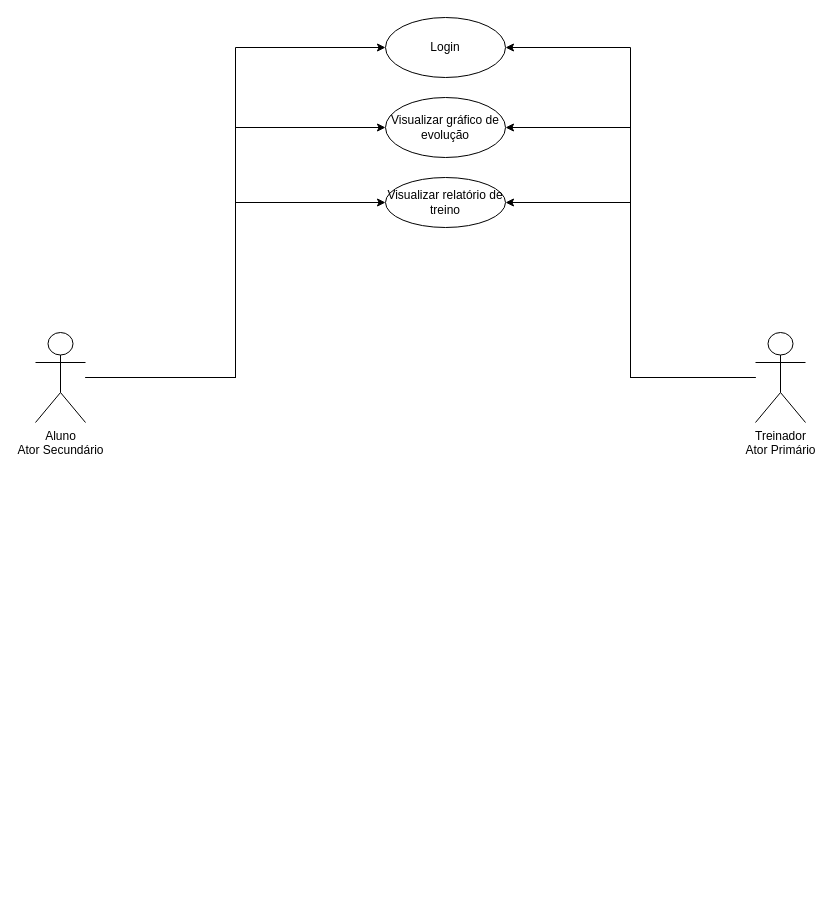
Earlier version of the draw.io diagram TCC.drawio (Chriiis1421/TCC). Source tidied: cells renumbered, new cells numbered last; positions are measured from the earlier drawing's top-left corner, leaving out a move shared by most shapes. Both pictures are drawn from the tidied source at 100%, with x=0, y=0 at pixel (35, 17).
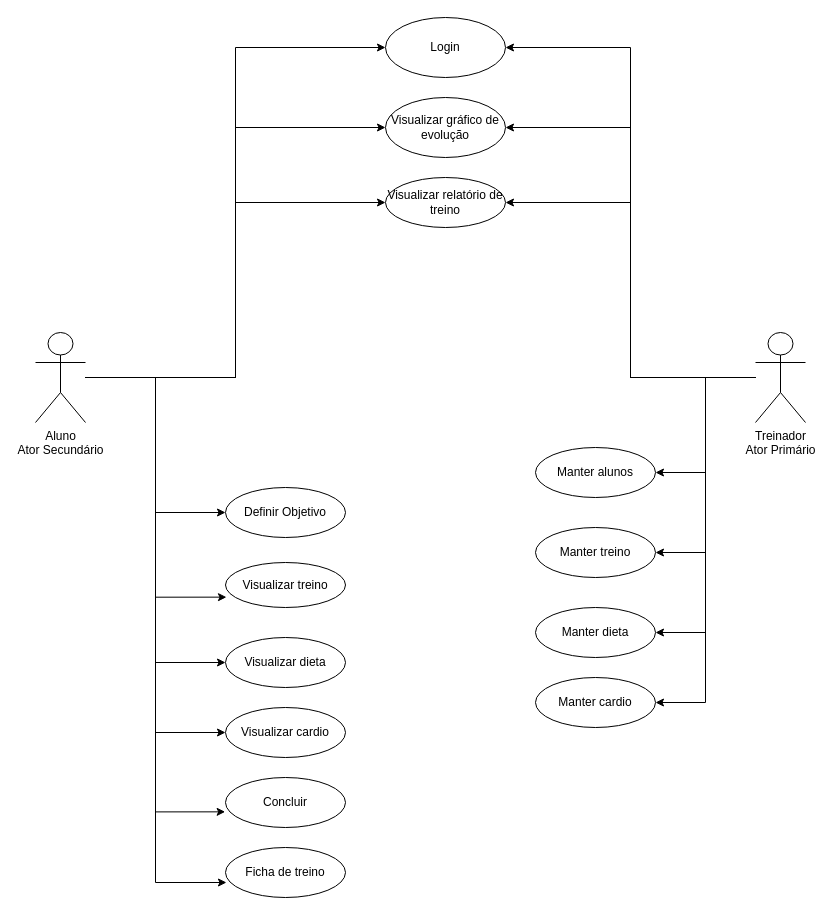
After the change.

Unchanged cells that the change refers to:
```xml
<mxCell id="5" value="Aluno&lt;div&gt;Ator Secundário&lt;/div&gt;" style="shape=umlActor;verticalLabelPosition=bottom;verticalAlign=top;html=1;outlineConnect=0;" parent="1" vertex="1">
  <mxGeometry y="315" width="50" height="90" as="geometry" />
</mxCell>
<mxCell id="9" value="Treinador&lt;div&gt;Ator Primário&lt;/div&gt;" style="shape=umlActor;verticalLabelPosition=bottom;verticalAlign=top;html=1;" parent="1" vertex="1">
  <mxGeometry x="720" y="315" width="50" height="90" as="geometry" />
</mxCell>
```

Diff of the diagram source:
```diff
@@
+    <mxCell id="13" style="edgeStyle=orthogonalEdgeStyle;rounded=0;jettySize=auto;html=1;entryX=0;entryY=0.5;entryDx=0;entryDy=0;" parent="1" edge="1" source="5" target="24">
+      <mxGeometry relative="1" as="geometry" />
+    </mxCell>
+    <mxCell id="14" style="edgeStyle=orthogonalEdgeStyle;rounded=0;jettySize=auto;html=1;entryX=0;entryY=0.5;entryDx=0;entryDy=0;" parent="1" edge="1" source="5" target="26">
+      <mxGeometry relative="1" as="geometry" />
+    </mxCell>
+    <mxCell id="15" style="edgeStyle=orthogonalEdgeStyle;rounded=0;jettySize=auto;html=1;entryX=0;entryY=0.5;entryDx=0;entryDy=0;" parent="1" edge="1" source="5" target="27">
+      <mxGeometry relative="1" as="geometry" />
+    </mxCell>
@@
+    <mxCell id="16" style="edgeStyle=orthogonalEdgeStyle;rounded=0;jettySize=auto;html=1;entryX=1;entryY=0.5;entryDx=0;entryDy=0;" parent="1" edge="1" source="9" target="20">
+      <mxGeometry relative="1" as="geometry" />
+    </mxCell>
+    <mxCell id="17" style="edgeStyle=orthogonalEdgeStyle;rounded=0;jettySize=auto;html=1;entryX=1;entryY=0.5;entryDx=0;entryDy=0;" parent="1" edge="1" source="9" target="21">
+      <mxGeometry relative="1" as="geometry" />
+    </mxCell>
+    <mxCell id="18" style="edgeStyle=orthogonalEdgeStyle;rounded=0;jettySize=auto;html=1;entryX=1;entryY=0.5;entryDx=0;entryDy=0;" parent="1" edge="1" source="9" target="22">
+      <mxGeometry relative="1" as="geometry" />
+    </mxCell>
+    <mxCell id="19" style="edgeStyle=orthogonalEdgeStyle;rounded=0;jettySize=auto;html=1;entryX=1;entryY=0.5;entryDx=0;entryDy=0;" parent="1" edge="1" source="9" target="23">
+      <mxGeometry relative="1" as="geometry" />
+    </mxCell>
@@
+    <mxCell id="20" value="Manter alunos" style="ellipse;whiteSpace=wrap;html=1;" parent="1" vertex="1">
+      <mxGeometry x="500" y="430" width="120" height="50" as="geometry" />
+    </mxCell>
+    <mxCell id="21" value="Manter treino" style="ellipse;whiteSpace=wrap;html=1;" parent="1" vertex="1">
+      <mxGeometry x="500" y="510" width="120" height="50" as="geometry" />
+    </mxCell>
+    <mxCell id="22" value="Manter dieta" style="ellipse;whiteSpace=wrap;html=1;" parent="1" vertex="1">
+      <mxGeometry x="500" y="590" width="120" height="50" as="geometry" />
+    </mxCell>
+    <mxCell id="23" value="Manter cardio" style="ellipse;whiteSpace=wrap;html=1;" parent="1" vertex="1">
+      <mxGeometry x="500" y="660" width="120" height="50" as="geometry" />
+    </mxCell>
+    <mxCell id="24" value="Definir Objetivo" style="ellipse;whiteSpace=wrap;html=1;" parent="1" vertex="1">
+      <mxGeometry x="190" y="470" width="120" height="50" as="geometry" />
+    </mxCell>
+    <mxCell id="25" value="Visualizar treino" style="ellipse;whiteSpace=wrap;html=1;" parent="1" vertex="1">
+      <mxGeometry x="190" y="545" width="120" height="45" as="geometry" />
+    </mxCell>
+    <mxCell id="26" value="Visualizar dieta" style="ellipse;whiteSpace=wrap;html=1;" parent="1" vertex="1">
+      <mxGeometry x="190" y="620" width="120" height="50" as="geometry" />
+    </mxCell>
+    <mxCell id="27" value="Visualizar cardio" style="ellipse;whiteSpace=wrap;html=1;" parent="1" vertex="1">
+      <mxGeometry x="190" y="690" width="120" height="50" as="geometry" />
+    </mxCell>
+    <mxCell id="28" value="Concluir" style="ellipse;whiteSpace=wrap;html=1;" parent="1" vertex="1">
+      <mxGeometry x="190" y="760" width="120" height="50" as="geometry" />
+    </mxCell>
+    <mxCell id="29" value="Ficha de treino" style="ellipse;whiteSpace=wrap;html=1;" parent="1" vertex="1">
+      <mxGeometry x="190" y="830" width="120" height="50" as="geometry" />
+    </mxCell>
+    <mxCell id="30" style="edgeStyle=orthogonalEdgeStyle;rounded=0;jettySize=auto;html=1;entryX=0.008;entryY=0.77;entryDx=0;entryDy=0;entryPerimeter=0;" parent="1" edge="1" source="5" target="25">
+      <mxGeometry relative="1" as="geometry" />
+    </mxCell>
+    <mxCell id="31" style="edgeStyle=orthogonalEdgeStyle;rounded=0;jettySize=auto;html=1;entryX=-0.003;entryY=0.687;entryDx=0;entryDy=0;entryPerimeter=0;" parent="1" edge="1" source="5" target="28">
+      <mxGeometry relative="1" as="geometry" />
+    </mxCell>
+    <mxCell id="32" style="edgeStyle=orthogonalEdgeStyle;rounded=0;jettySize=auto;html=1;entryX=0.008;entryY=0.7;entryDx=0;entryDy=0;entryPerimeter=0;" parent="1" edge="1" source="5" target="29">
+      <mxGeometry relative="1" as="geometry" />
+    </mxCell>
```
